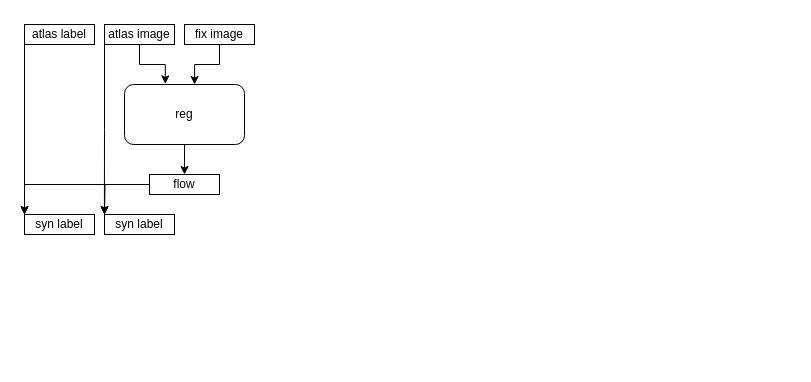
Before: 1300.drawio in moreMizzh/drawio, a draw.io diagram. Source tidied: cells renumbered, new cells numbered last; positions are measured from the earlier drawing's top-left corner, leaving out a move shared by most shapes. Both pictures are drawn from the tidied source at 100%, with x=0, y=0 at pixel (24, 24).
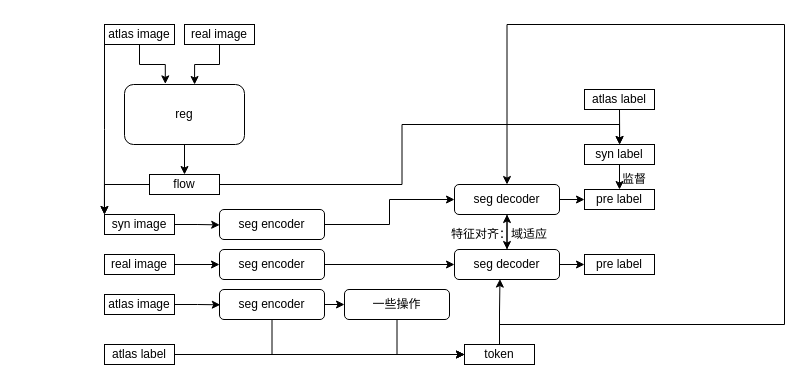
The same diagram, later.

Unchanged cells that the change refers to:
```xml
<mxCell id="13" value="flow" style="whiteSpace=wrap;html=1;" parent="1" vertex="1">
  <mxGeometry x="125" y="150" width="70" height="20" as="geometry" />
</mxCell>
```

Diff of the diagram source:
```diff
@@
-    <mxCell id="6" value="fix image" style="whiteSpace=wrap;html=1;" parent="1" vertex="1">
+    <mxCell id="6" value="real image" style="whiteSpace=wrap;html=1;" parent="1" vertex="1">
       <mxGeometry x="160" width="70" height="20" as="geometry" />
     </mxCell>
-    <mxCell id="7" style="edgeStyle=orthogonalEdgeStyle;rounded=0;jettySize=auto;html=1;exitX=0;exitY=1;exitDx=0;exitDy=0;entryX=0;entryY=0;entryDx=0;entryDy=0;" parent="1" edge="1" source="8" target="14">
-      <mxGeometry relative="1" as="geometry" />
-    </mxCell>
-    <mxCell id="8" value="atlas label" style="whiteSpace=wrap;html=1;" parent="1" vertex="1">
-      <mxGeometry width="70" height="20" as="geometry" />
-    </mxCell>
@@
+    <mxCell id="16" style="edgeStyle=orthogonalEdgeStyle;rounded=0;jettySize=auto;html=1;exitX=0;exitY=0.5;exitDx=0;exitDy=0;entryX=0;entryY=0;entryDx=0;entryDy=0;" parent="1" edge="1" source="13" target="15">
+      <mxGeometry relative="1" as="geometry" />
+    </mxCell>
-    <mxCell id="11" style="edgeStyle=orthogonalEdgeStyle;rounded=0;jettySize=auto;html=1;exitX=0;exitY=0.5;exitDx=0;exitDy=0;entryX=0;entryY=0;entryDx=0;entryDy=0;" parent="1" edge="1" source="13" target="14">
+    <mxCell id="11" style="edgeStyle=orthogonalEdgeStyle;rounded=0;jettySize=auto;html=1;exitX=1;exitY=0.5;exitDx=0;exitDy=0;entryX=0.5;entryY=0;entryDx=0;entryDy=0;" parent="1" edge="1" source="13" target="14">
       <mxGeometry relative="1" as="geometry" />
     </mxCell>
-    <mxCell id="12" style="edgeStyle=orthogonalEdgeStyle;rounded=0;jettySize=auto;html=1;exitX=0;exitY=0.5;exitDx=0;exitDy=0;" parent="1" edge="1" source="13">
-      <mxGeometry relative="1" as="geometry">
-        <mxPoint x="80" y="190" as="targetPoint" />
-      </mxGeometry>
-    </mxCell>
@@
+    <mxCell id="15" value="syn image" style="whiteSpace=wrap;html=1;" parent="1" vertex="1">
+      <mxGeometry x="80" y="190" width="70" height="20" as="geometry" />
+    </mxCell>
+    <mxCell id="17" style="edgeStyle=orthogonalEdgeStyle;rounded=0;jettySize=auto;html=1;exitX=1;exitY=0.5;exitDx=0;exitDy=0;" parent="1" edge="1" source="18" target="25">
+      <mxGeometry relative="1" as="geometry" />
+    </mxCell>
+    <mxCell id="18" value="atlas label" style="whiteSpace=wrap;html=1;" parent="1" vertex="1">
+      <mxGeometry x="80" y="320" width="70" height="20" as="geometry" />
+    </mxCell>
+    <mxCell id="19" value="atlas image" style="whiteSpace=wrap;html=1;" parent="1" vertex="1">
+      <mxGeometry x="80" y="270" width="70" height="20" as="geometry" />
+    </mxCell>
+    <mxCell id="20" style="edgeStyle=orthogonalEdgeStyle;rounded=0;jettySize=auto;html=1;exitX=1;exitY=0.5;exitDx=0;exitDy=0;entryX=0;entryY=0.5;entryDx=0;entryDy=0;" parent="1" edge="1" source="21">
+      <mxGeometry relative="1" as="geometry">
+        <mxPoint x="195" y="240" as="targetPoint" />
+      </mxGeometry>
+    </mxCell>
+    <mxCell id="21" value="real image" style="whiteSpace=wrap;html=1;" parent="1" vertex="1">
+      <mxGeometry x="80" y="230" width="70" height="20" as="geometry" />
+    </mxCell>
+    <mxCell id="22" style="edgeStyle=orthogonalEdgeStyle;rounded=0;jettySize=auto;html=1;exitX=1;exitY=0.5;exitDx=0;exitDy=0;entryX=0.002;entryY=0.14;entryDx=0;entryDy=0;entryPerimeter=0;" parent="1" edge="1" source="15">
+      <mxGeometry relative="1" as="geometry">
+        <mxPoint x="195.2" y="200.4" as="targetPoint" />
+      </mxGeometry>
+    </mxCell>
+    <mxCell id="23" style="edgeStyle=orthogonalEdgeStyle;rounded=0;jettySize=auto;html=1;exitX=1;exitY=0.5;exitDx=0;exitDy=0;entryX=0.007;entryY=0.866;entryDx=0;entryDy=0;entryPerimeter=0;" parent="1" edge="1" source="19">
+      <mxGeometry relative="1" as="geometry">
+        <mxPoint x="195.8" y="280.3" as="targetPoint" />
+      </mxGeometry>
+    </mxCell>
+    <mxCell id="24" style="edgeStyle=orthogonalEdgeStyle;rounded=0;jettySize=auto;html=1;exitX=0.5;exitY=0;exitDx=0;exitDy=0;entryX=0.5;entryY=0;entryDx=0;entryDy=0;" parent="1" edge="1" source="25" target="37">
+      <mxGeometry relative="1" as="geometry">
+        <Array as="points">
+          <mxPoint x="475" y="300" />
+          <mxPoint x="760" y="300" />
+          <mxPoint x="760" />
+          <mxPoint x="483" />
+        </Array>
+      </mxGeometry>
+    </mxCell>
+    <mxCell id="25" value="token" style="whiteSpace=wrap;html=1;" parent="1" vertex="1">
+      <mxGeometry x="440" y="320" width="70" height="20" as="geometry" />
+    </mxCell>
+    <mxCell id="26" style="edgeStyle=orthogonalEdgeStyle;rounded=0;jettySize=auto;html=1;exitX=1;exitY=0.5;exitDx=0;exitDy=0;entryX=0;entryY=0.5;entryDx=0;entryDy=0;" parent="1" edge="1" source="27" target="37">
+      <mxGeometry relative="1" as="geometry" />
+    </mxCell>
+    <mxCell id="27" value="seg encoder" style="rounded=1;whiteSpace=wrap;html=1;" parent="1" vertex="1">
+      <mxGeometry x="195" y="185" width="105" height="30" as="geometry" />
+    </mxCell>
+    <mxCell id="28" style="edgeStyle=orthogonalEdgeStyle;rounded=0;jettySize=auto;html=1;exitX=1;exitY=0.5;exitDx=0;exitDy=0;entryX=0;entryY=0.5;entryDx=0;entryDy=0;" parent="1" edge="1" source="29" target="39">
+      <mxGeometry relative="1" as="geometry" />
+    </mxCell>
+    <mxCell id="29" value="seg encoder" style="rounded=1;whiteSpace=wrap;html=1;" parent="1" vertex="1">
+      <mxGeometry x="195" y="225" width="105" height="30" as="geometry" />
+    </mxCell>
+    <mxCell id="30" style="edgeStyle=orthogonalEdgeStyle;rounded=0;jettySize=auto;html=1;exitX=1;exitY=0.5;exitDx=0;exitDy=0;entryX=0;entryY=0.5;entryDx=0;entryDy=0;" parent="1" edge="1" source="32" target="34">
+      <mxGeometry relative="1" as="geometry" />
+    </mxCell>
+    <mxCell id="31" style="edgeStyle=orthogonalEdgeStyle;rounded=0;jettySize=auto;html=1;exitX=0.5;exitY=1;exitDx=0;exitDy=0;entryX=0;entryY=0.5;entryDx=0;entryDy=0;" parent="1" edge="1" source="32" target="25">
+      <mxGeometry relative="1" as="geometry" />
+    </mxCell>
+    <mxCell id="32" value="seg encoder" style="rounded=1;whiteSpace=wrap;html=1;" parent="1" vertex="1">
+      <mxGeometry x="195" y="265" width="105" height="30" as="geometry" />
+    </mxCell>
+    <mxCell id="33" style="edgeStyle=orthogonalEdgeStyle;rounded=0;jettySize=auto;html=1;exitX=0.5;exitY=1;exitDx=0;exitDy=0;entryX=0;entryY=0.5;entryDx=0;entryDy=0;" parent="1" edge="1" source="34" target="25">
+      <mxGeometry relative="1" as="geometry" />
+    </mxCell>
+    <mxCell id="34" value="一些操作" style="rounded=1;whiteSpace=wrap;html=1;" parent="1" vertex="1">
+      <mxGeometry x="320" y="265" width="105" height="30" as="geometry" />
+    </mxCell>
+    <mxCell id="35" style="edgeStyle=orthogonalEdgeStyle;rounded=0;jettySize=auto;html=1;exitX=0.5;exitY=1;exitDx=0;exitDy=0;entryX=0.5;entryY=0;entryDx=0;entryDy=0;" parent="1" edge="1" source="37" target="39">
+      <mxGeometry relative="1" as="geometry" />
+    </mxCell>
+    <mxCell id="36" style="edgeStyle=orthogonalEdgeStyle;rounded=0;jettySize=auto;html=1;exitX=1;exitY=0.5;exitDx=0;exitDy=0;entryX=0;entryY=0.5;entryDx=0;entryDy=0;" parent="1" edge="1" source="37" target="42">
+      <mxGeometry relative="1" as="geometry" />
+    </mxCell>
+    <mxCell id="37" value="seg decoder" style="rounded=1;whiteSpace=wrap;html=1;" parent="1" vertex="1">
+      <mxGeometry x="430" y="160" width="105" height="30" as="geometry" />
+    </mxCell>
+    <mxCell id="38" style="edgeStyle=orthogonalEdgeStyle;rounded=0;jettySize=auto;html=1;exitX=1;exitY=0.5;exitDx=0;exitDy=0;entryX=0;entryY=0.5;entryDx=0;entryDy=0;" parent="1" edge="1" source="39" target="43">
+      <mxGeometry relative="1" as="geometry" />
+    </mxCell>
+    <mxCell id="39" value="seg decoder" style="rounded=1;whiteSpace=wrap;html=1;" parent="1" vertex="1">
+      <mxGeometry x="430" y="225" width="105" height="30" as="geometry" />
+    </mxCell>
+    <mxCell id="40" style="edgeStyle=orthogonalEdgeStyle;rounded=0;jettySize=auto;html=1;exitX=0.5;exitY=0;exitDx=0;exitDy=0;entryX=0.5;entryY=1;entryDx=0;entryDy=0;" parent="1" edge="1" source="39" target="37">
+      <mxGeometry relative="1" as="geometry" />
+    </mxCell>
+    <mxCell id="41" value="特征对齐：域适应" style="text;html=1;whiteSpace=wrap;strokeColor=none;fillColor=none;align=center;verticalAlign=middle;rounded=0;" parent="1" vertex="1">
+      <mxGeometry x="420" y="195" width="110" height="30" as="geometry" />
+    </mxCell>
+    <mxCell id="42" value="pre label" style="whiteSpace=wrap;html=1;" parent="1" vertex="1">
+      <mxGeometry x="560" y="165" width="70" height="20" as="geometry" />
+    </mxCell>
+    <mxCell id="43" value="pre label" style="whiteSpace=wrap;html=1;" parent="1" vertex="1">
+      <mxGeometry x="560" y="230" width="70" height="20" as="geometry" />
+    </mxCell>
+    <mxCell id="44" style="edgeStyle=orthogonalEdgeStyle;rounded=0;jettySize=auto;html=1;exitX=0.5;exitY=1;exitDx=0;exitDy=0;entryX=0.5;entryY=0;entryDx=0;entryDy=0;" parent="1" edge="1" source="14" target="42">
+      <mxGeometry relative="1" as="geometry" />
+    </mxCell>
     <mxCell id="14" value="syn label" style="whiteSpace=wrap;html=1;" parent="1" vertex="1">
-      <mxGeometry y="190" width="70" height="20" as="geometry" />
+      <mxGeometry x="560" y="120" width="70" height="20" as="geometry" />
     </mxCell>
-    <mxCell id="15" value="syn label" style="whiteSpace=wrap;html=1;" parent="1" vertex="1">
-      <mxGeometry x="80" y="190" width="70" height="20" as="geometry" />
-    </mxCell>
+    <mxCell id="45" value="监督" style="text;html=1;whiteSpace=wrap;strokeColor=none;fillColor=none;align=center;verticalAlign=middle;rounded=0;" parent="1" vertex="1">
+      <mxGeometry x="580" y="140" width="60" height="30" as="geometry" />
+    </mxCell>
+    <mxCell id="46" style="edgeStyle=orthogonalEdgeStyle;rounded=0;jettySize=auto;html=1;exitX=0.5;exitY=1;exitDx=0;exitDy=0;" parent="1" edge="1" source="47">
+      <mxGeometry relative="1" as="geometry">
+        <mxPoint x="595.2" y="120" as="targetPoint" />
+      </mxGeometry>
+    </mxCell>
+    <mxCell id="47" value="atlas label" style="whiteSpace=wrap;html=1;" parent="1" vertex="1">
+      <mxGeometry x="560" y="65" width="70" height="20" as="geometry" />
+    </mxCell>
+    <mxCell id="48" style="edgeStyle=orthogonalEdgeStyle;rounded=0;jettySize=auto;html=1;exitX=0.5;exitY=0;exitDx=0;exitDy=0;entryX=0.433;entryY=0.986;entryDx=0;entryDy=0;entryPerimeter=0;" parent="1" edge="1" source="25" target="39">
+      <mxGeometry relative="1" as="geometry" />
+    </mxCell>
```
